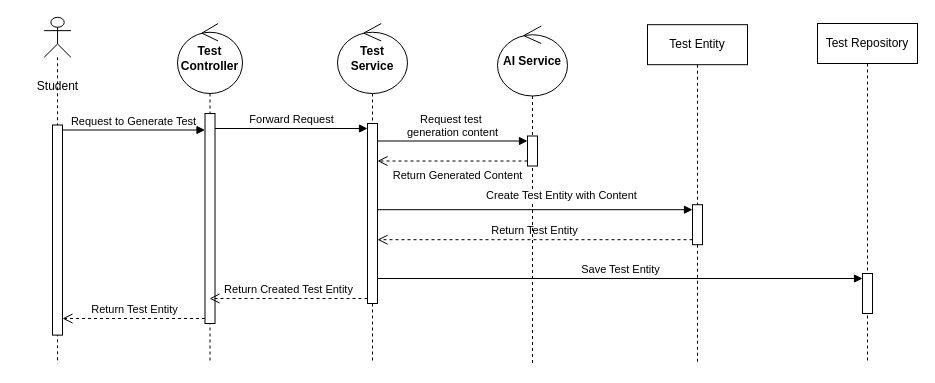
MS1034/fyp-digrams-reports keeps this draw.io diagram as Sequence Diagrams/Generate_Test.drawio. Above is the earlier version. Source tidied: cells renumbered, new cells numbered last; positions are measured from the earlier drawing's top-left corner, leaving out a move shared by most shapes. Both pictures are drawn from the tidied source at 100%, with x=0, y=0 at pixel (17, 17).
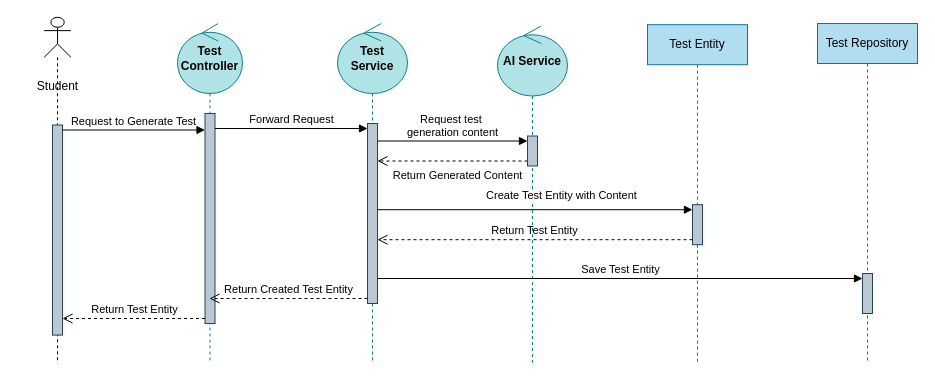
The same diagram, later.

Unchanged cells that the change refers to:
```xml
<mxCell id="2" style="group;" parent="1" vertex="1">
  <mxGeometry y="11" width="80" height="335" as="geometry" />
</mxCell>
```

The edit, as a diff of the source:
```diff
@@
-    <mxCell id="5" style="html=1;points=[[0,0,0,0,5],[0,1,0,0,-5],[1,0,0,0,5],[1,1,0,0,-5]];perimeter=orthogonalPerimeter;outlineConnect=0;targetShapes=umlLifeline;portConstraint=eastwest;newEdgeStyle={&quot;curved&quot;:0,&quot;rounded&quot;:0};" parent="2" vertex="1">
+    <mxCell id="5" style="html=1;points=[[0,0,0,0,5],[0,1,0,0,-5],[1,0,0,0,5],[1,1,0,0,-5]];perimeter=orthogonalPerimeter;outlineConnect=0;targetShapes=umlLifeline;portConstraint=eastwest;newEdgeStyle={&quot;curved&quot;:0,&quot;rounded&quot;:0};fillColor=#bac8d3;strokeColor=#23445d;" parent="2" vertex="1">
       <mxGeometry x="35" y="96.5" width="10" height="210.1" as="geometry" />
     </mxCell>
-    <mxCell id="6" value="&lt;b&gt;Test Controller&lt;/b&gt;" style="shape=umlLifeline;perimeter=lifelinePerimeter;whiteSpace=wrap;html=1;outlineConnect=0;portConstraint=eastwest;newEdgeStyle={&quot;curved&quot;:0,&quot;rounded&quot;:0};participant=umlControl;size=70;" parent="1" vertex="1">
+    <mxCell id="6" value="&lt;b&gt;Test Controller&lt;/b&gt;" style="shape=umlLifeline;perimeter=lifelinePerimeter;whiteSpace=wrap;html=1;outlineConnect=0;portConstraint=eastwest;newEdgeStyle={&quot;curved&quot;:0,&quot;rounded&quot;:0};participant=umlControl;size=70;fillColor=#b0e3e6;strokeColor=#0e8088;" parent="1" vertex="1">
       <mxGeometry x="160" y="6" width="65" height="340" as="geometry" />
     </mxCell>
-    <mxCell id="7" style="html=1;points=[[0,0,0,0,5],[0,1,0,0,-5],[1,0,0,0,5],[1,1,0,0,-5]];perimeter=orthogonalPerimeter;outlineConnect=0;targetShapes=umlLifeline;portConstraint=eastwest;newEdgeStyle={&quot;curved&quot;:0,&quot;rounded&quot;:0};" parent="6" vertex="1">
+    <mxCell id="7" style="html=1;points=[[0,0,0,0,5],[0,1,0,0,-5],[1,0,0,0,5],[1,1,0,0,-5]];perimeter=orthogonalPerimeter;outlineConnect=0;targetShapes=umlLifeline;portConstraint=eastwest;newEdgeStyle={&quot;curved&quot;:0,&quot;rounded&quot;:0};fillColor=#bac8d3;strokeColor=#23445d;" parent="6" vertex="1">
       <mxGeometry x="27.5" y="90" width="10" height="210" as="geometry" />
     </mxCell>
-    <mxCell id="8" value="&lt;b&gt;Test Service&lt;/b&gt;" style="shape=umlLifeline;perimeter=lifelinePerimeter;whiteSpace=wrap;html=1;newEdgeStyle={&quot;curved&quot;:0,&quot;rounded&quot;:0};participant=umlControl;size=70;" parent="1" vertex="1">
+    <mxCell id="8" value="&lt;b&gt;Test Service&lt;/b&gt;" style="shape=umlLifeline;perimeter=lifelinePerimeter;whiteSpace=wrap;html=1;newEdgeStyle={&quot;curved&quot;:0,&quot;rounded&quot;:0};participant=umlControl;size=70;fillColor=#b0e3e6;strokeColor=#0e8088;" parent="1" vertex="1">
       <mxGeometry x="320" y="6" width="70" height="340" as="geometry" />
     </mxCell>
-    <mxCell id="9" style="html=1;points=[[0,0,0,0,5],[0,1,0,0,-5],[1,0,0,0,5],[1,1,0,0,-5]];perimeter=orthogonalPerimeter;outlineConnect=0;targetShapes=umlLifeline;portConstraint=eastwest;newEdgeStyle={&quot;curved&quot;:0,&quot;rounded&quot;:0};" parent="8" vertex="1">
+    <mxCell id="9" style="html=1;points=[[0,0,0,0,5],[0,1,0,0,-5],[1,0,0,0,5],[1,1,0,0,-5]];perimeter=orthogonalPerimeter;outlineConnect=0;targetShapes=umlLifeline;portConstraint=eastwest;newEdgeStyle={&quot;curved&quot;:0,&quot;rounded&quot;:0};fillColor=#bac8d3;strokeColor=#23445d;" parent="8" vertex="1">
       <mxGeometry x="30" y="100" width="10" height="180" as="geometry" />
     </mxCell>
-    <mxCell id="10" value="Test Entity" style="shape=umlLifeline;perimeter=lifelinePerimeter;whiteSpace=wrap;html=1;newEdgeStyle={&quot;curved&quot;:0,&quot;rounded&quot;:0};" parent="1" vertex="1">
+    <mxCell id="10" value="Test Entity" style="shape=umlLifeline;perimeter=lifelinePerimeter;whiteSpace=wrap;html=1;newEdgeStyle={&quot;curved&quot;:0,&quot;rounded&quot;:0};fillColor=#b1ddf0;strokeColor=#10739e;" parent="1" vertex="1">
       <mxGeometry x="630" y="7.2" width="100" height="340" as="geometry" />
     </mxCell>
-    <mxCell id="11" style="html=1;points=[[0,0,0,0,5],[0,1,0,0,-5],[1,0,0,0,5],[1,1,0,0,-5]];perimeter=orthogonalPerimeter;outlineConnect=0;targetShapes=umlLifeline;portConstraint=eastwest;newEdgeStyle={&quot;curved&quot;:0,&quot;rounded&quot;:0};" parent="10" vertex="1">
+    <mxCell id="11" style="html=1;points=[[0,0,0,0,5],[0,1,0,0,-5],[1,0,0,0,5],[1,1,0,0,-5]];perimeter=orthogonalPerimeter;outlineConnect=0;targetShapes=umlLifeline;portConstraint=eastwest;newEdgeStyle={&quot;curved&quot;:0,&quot;rounded&quot;:0};fillColor=#bac8d3;strokeColor=#23445d;" parent="10" vertex="1">
       <mxGeometry x="45" y="180" width="10" height="40" as="geometry" />
     </mxCell>
@@
-    <mxCell id="18" value="&lt;b&gt;AI Service&lt;/b&gt;" style="shape=umlLifeline;perimeter=lifelinePerimeter;whiteSpace=wrap;html=1;newEdgeStyle={&quot;curved&quot;:0,&quot;rounded&quot;:0};participant=umlControl;size=70;" parent="1" vertex="1">
+    <mxCell id="18" value="&lt;b&gt;AI Service&lt;/b&gt;" style="shape=umlLifeline;perimeter=lifelinePerimeter;whiteSpace=wrap;html=1;newEdgeStyle={&quot;curved&quot;:0,&quot;rounded&quot;:0};participant=umlControl;size=70;fillColor=#b0e3e6;strokeColor=#0e8088;" parent="1" vertex="1">
       <mxGeometry x="480" y="8.5" width="70" height="337.5" as="geometry" />
     </mxCell>
-    <mxCell id="19" style="html=1;points=[[0,0,0,0,5],[0,1,0,0,-5],[1,0,0,0,5],[1,1,0,0,-5]];perimeter=orthogonalPerimeter;outlineConnect=0;targetShapes=umlLifeline;portConstraint=eastwest;newEdgeStyle={&quot;curved&quot;:0,&quot;rounded&quot;:0};" parent="18" vertex="1">
+    <mxCell id="19" style="html=1;points=[[0,0,0,0,5],[0,1,0,0,-5],[1,0,0,0,5],[1,1,0,0,-5]];perimeter=orthogonalPerimeter;outlineConnect=0;targetShapes=umlLifeline;portConstraint=eastwest;newEdgeStyle={&quot;curved&quot;:0,&quot;rounded&quot;:0};fillColor=#bac8d3;strokeColor=#23445d;" parent="18" vertex="1">
       <mxGeometry x="30" y="110" width="10" height="30" as="geometry" />
     </mxCell>
@@
-    <mxCell id="22" value="Test Repository" style="shape=umlLifeline;perimeter=lifelinePerimeter;whiteSpace=wrap;html=1;newEdgeStyle={&quot;curved&quot;:0,&quot;rounded&quot;:0};" parent="1" vertex="1">
+    <mxCell id="22" value="Test Repository" style="shape=umlLifeline;perimeter=lifelinePerimeter;whiteSpace=wrap;html=1;newEdgeStyle={&quot;curved&quot;:0,&quot;rounded&quot;:0};fillColor=#b1ddf0;strokeColor=#10739e;" parent="1" vertex="1">
       <mxGeometry x="800" y="6" width="100" height="340" as="geometry" />
     </mxCell>
-    <mxCell id="23" style="html=1;points=[[0,0,0,0,5],[0,1,0,0,-5],[1,0,0,0,5],[1,1,0,0,-5]];perimeter=orthogonalPerimeter;outlineConnect=0;targetShapes=umlLifeline;portConstraint=eastwest;newEdgeStyle={&quot;curved&quot;:0,&quot;rounded&quot;:0};" parent="22" vertex="1">
+    <mxCell id="23" style="html=1;points=[[0,0,0,0,5],[0,1,0,0,-5],[1,0,0,0,5],[1,1,0,0,-5]];perimeter=orthogonalPerimeter;outlineConnect=0;targetShapes=umlLifeline;portConstraint=eastwest;newEdgeStyle={&quot;curved&quot;:0,&quot;rounded&quot;:0};fillColor=#bac8d3;strokeColor=#23445d;" parent="22" vertex="1">
       <mxGeometry x="45" y="250" width="10" height="40" as="geometry" />
     </mxCell>
```
